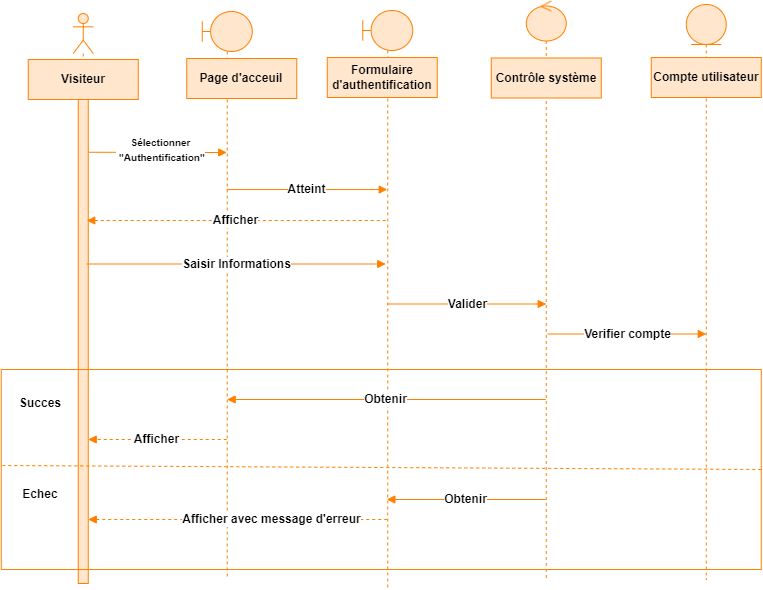
Before: images/Authentification d.png, a diagram exported from draw.io (alizhassane/pfe). Source tidied: cells renumbered, new cells last; positions are measured from the earlier drawing's top-left corner, leaving out a move shared by most shapes.
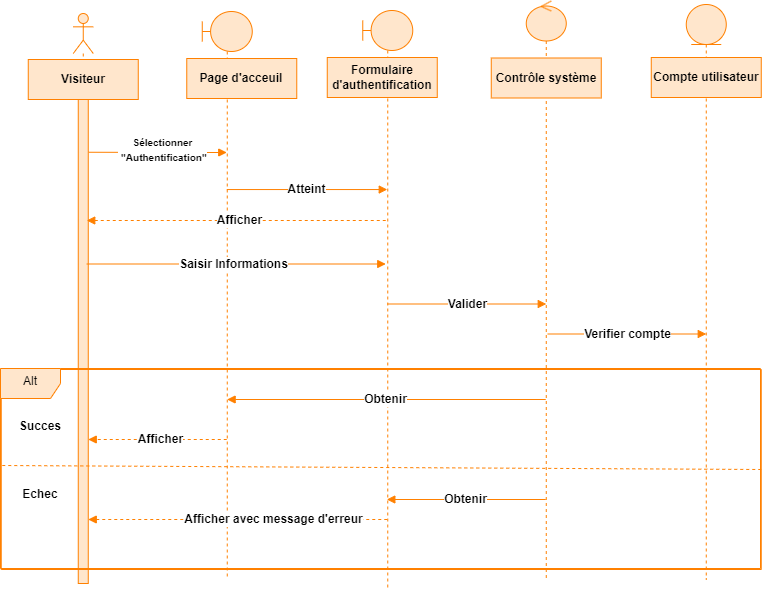
The same file after the commit.

Change to the diagram source:
```diff
@@ -102,13 +102,16 @@
       </mxGeometry>
     </mxCell>
     <mxCell id="24" value="&lt;b&gt;Succes&lt;/b&gt;" style="text;html=1;align=center;verticalAlign=middle;whiteSpace=wrap;rounded=0;fontFamily=Helvetica;fontSize=12;fontColor=default;fontStyle=1;" parent="19" vertex="1">
-      <mxGeometry x="9.2" y="19" width="60" height="30" as="geometry" />
+      <mxGeometry x="9.2" y="42" width="60" height="30" as="geometry" />
     </mxCell>
     <mxCell id="25" value="&lt;b&gt;Echec&lt;/b&gt;" style="text;html=1;align=center;verticalAlign=middle;whiteSpace=wrap;rounded=0;fontFamily=Helvetica;fontSize=12;fontColor=default;fontStyle=1;" parent="19" vertex="1">
       <mxGeometry x="9.2" y="110" width="60" height="30" as="geometry" />
     </mxCell>
-    <mxCell id="26" style="html=1;verticalAlign=middle;endArrow=none;curved=0;rounded=0;dashed=1;exitX=1;exitY=0.5;exitDx=0;exitDy=0;endFill=0;entryX=-0.001;entryY=0.48;entryDx=0;entryDy=0;entryPerimeter=0;strokeColor=#FF8000;align=center;fontFamily=Helvetica;fontSize=12;fontColor=default;fontStyle=1;fillColor=#FFE6CC;" parent="1" edge="1" source="19" target="19">
-      <mxGeometry relative="1" as="geometry" />
+    <mxCell id="26" value="Alt" style="shape=umlFrame;whiteSpace=wrap;html=1;fillColor=#FFE6CC;strokeColor=#FF8000;strokeWidth=1;align=center;verticalAlign=middle;fontFamily=Helvetica;fontSize=12;fontColor=default;" parent="19" vertex="1">
+      <mxGeometry x="-0.8" y="-1" width="760" height="200" as="geometry" />
     </mxCell>
+    <mxCell id="27" style="html=1;verticalAlign=middle;endArrow=none;curved=0;rounded=0;dashed=1;exitX=1;exitY=0.5;exitDx=0;exitDy=0;endFill=0;entryX=-0.001;entryY=0.48;entryDx=0;entryDy=0;entryPerimeter=0;strokeColor=#FF8000;align=center;fontFamily=Helvetica;fontSize=12;fontColor=default;fontStyle=1;fillColor=#FFE6CC;" parent="1" edge="1" source="19" target="19">
+      <mxGeometry relative="1" as="geometry" />
+    </mxCell>
   </root>
 </mxGraphModel>
```
